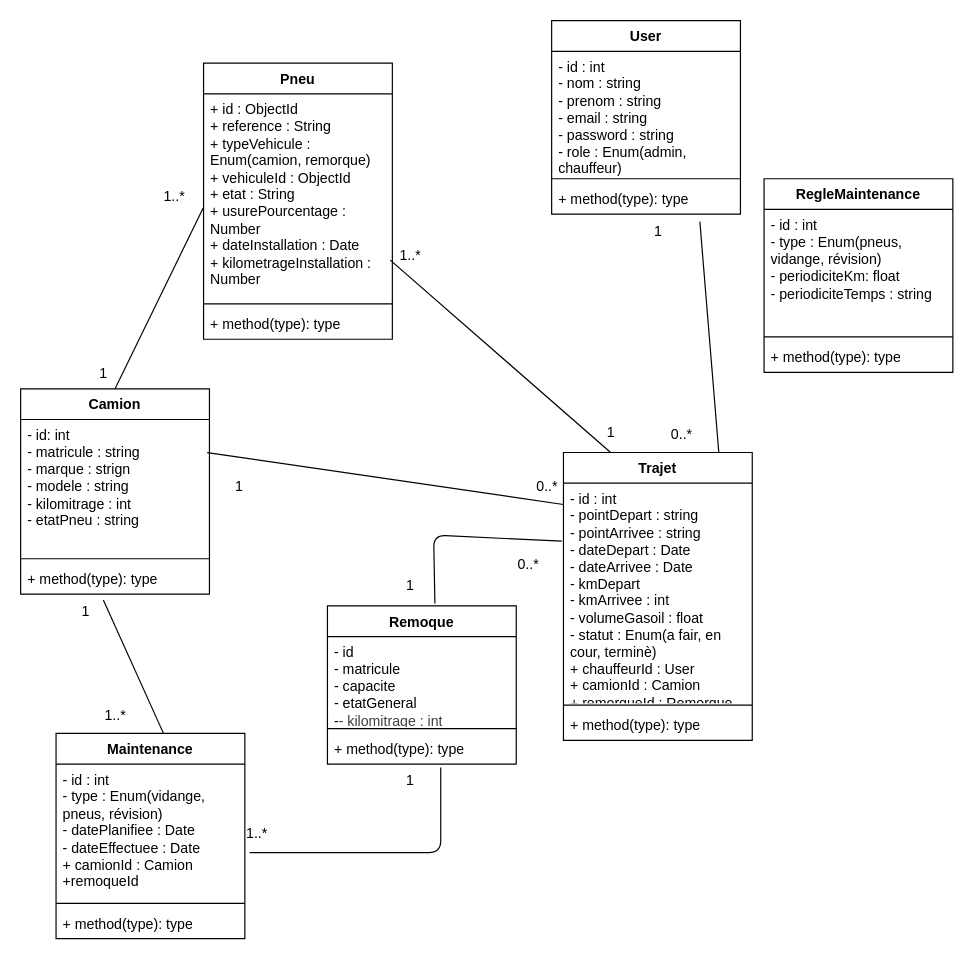
Before: Conception/DC.drawio in AmeksaKhadija/TruckFlow, a draw.io diagram. Source tidied: cells renumbered, new cells numbered last; positions are measured from the earlier drawing's top-left corner, leaving out a move shared by most shapes. Both pictures are drawn from the tidied source at 118%, with x=0, y=0 at pixel (20, 20).
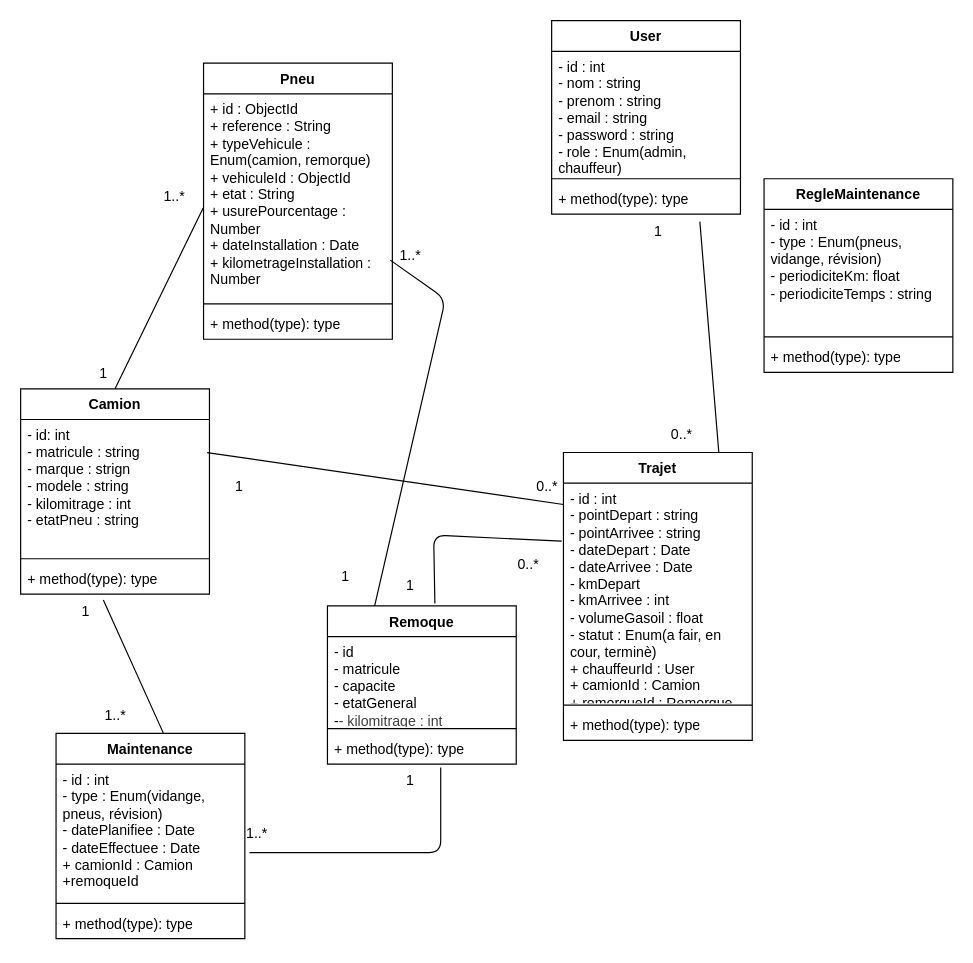
After the change.

Unchanged cells that the change refers to:
```xml
<mxCell id="10" value="Remoque" style="swimlane;fontStyle=1;align=center;verticalAlign=top;horizontal=1;startSize=26;whiteSpace=wrap;html=1;" parent="1" vertex="1">
  <mxGeometry x="260" y="496" width="160" height="134" as="geometry" />
</mxCell>
<mxCell id="14" value="Trajet" style="swimlane;fontStyle=1;align=center;verticalAlign=top;horizontal=1;startSize=26;whiteSpace=wrap;html=1;" parent="1" vertex="1">
  <mxGeometry x="460" y="366" width="160" height="244" as="geometry" />
</mxCell>
<mxCell id="41" value="&lt;div&gt;&lt;font color=&quot;#000000&quot;&gt;+ id : ObjectId&lt;/font&gt;&lt;/div&gt;&lt;div&gt;&lt;font color=&quot;#000000&quot;&gt;+ reference : String&lt;/font&gt;&lt;/div&gt;&lt;div&gt;&lt;font color=&quot;#000000&quot;&gt;+ typeVehicule : Enum(camion, remorque)&lt;/font&gt;&lt;/div&gt;&lt;div&gt;&lt;font color=&quot;#000000&quot;&gt;+ vehiculeId : ObjectId&lt;/font&gt;&lt;/div&gt;&lt;div&gt;&lt;font color=&quot;#000000&quot;&gt;+ etat : String&lt;/font&gt;&lt;/div&gt;&lt;div&gt;&lt;font color=&quot;#000000&quot;&gt;+ usurePourcentage : Number&lt;/font&gt;&lt;/div&gt;&lt;div&gt;&lt;font color=&quot;#000000&quot;&gt;+ dateInstallation : Date&lt;/font&gt;&lt;/div&gt;&lt;div&gt;&lt;font color=&quot;#000000&quot;&gt;+ kilometrageInstallation : Number&lt;/font&gt;&lt;/div&gt;" style="text;strokeColor=none;fillColor=none;align=left;verticalAlign=top;spacingLeft=4;spacingRight=4;overflow=hidden;points=[[0,0.5],[1,0.5]];portConstraint=eastwest;whiteSpace=wrap;html=1;" parent="40" vertex="1">
  <mxGeometry y="26" width="160" height="174" as="geometry" />
</mxCell>
```

Change to the diagram source:
```diff
@@
-    <mxCell id="44" style="endArrow=none;html=1;exitX=0.25;exitY=0;exitDx=0;exitDy=0;entryX=0.989;entryY=0.81;entryDx=0;entryDy=0;entryPerimeter=0;" parent="1" edge="1" source="14" target="41">
-      <mxGeometry relative="1" as="geometry" />
+    <mxCell id="44" style="endArrow=none;html=1;exitX=0.25;exitY=0;exitDx=0;exitDy=0;entryX=0.989;entryY=0.81;entryDx=0;entryDy=0;entryPerimeter=0;" parent="1" edge="1" source="10" target="41">
+      <mxGeometry relative="1" as="geometry">
+        <Array as="points">
+          <mxPoint x="360" y="236" />
+        </Array>
+      </mxGeometry>
     </mxCell>
@@
     <mxCell id="48" value="1" style="text;html=1;align=center;verticalAlign=middle;strokeColor=none;fillColor=none;" parent="1" vertex="1">
-      <mxGeometry x="485" y="334" width="30" height="30" as="geometry" />
+      <mxGeometry x="260" y="456" width="30" height="30" as="geometry" />
     </mxCell>
```
